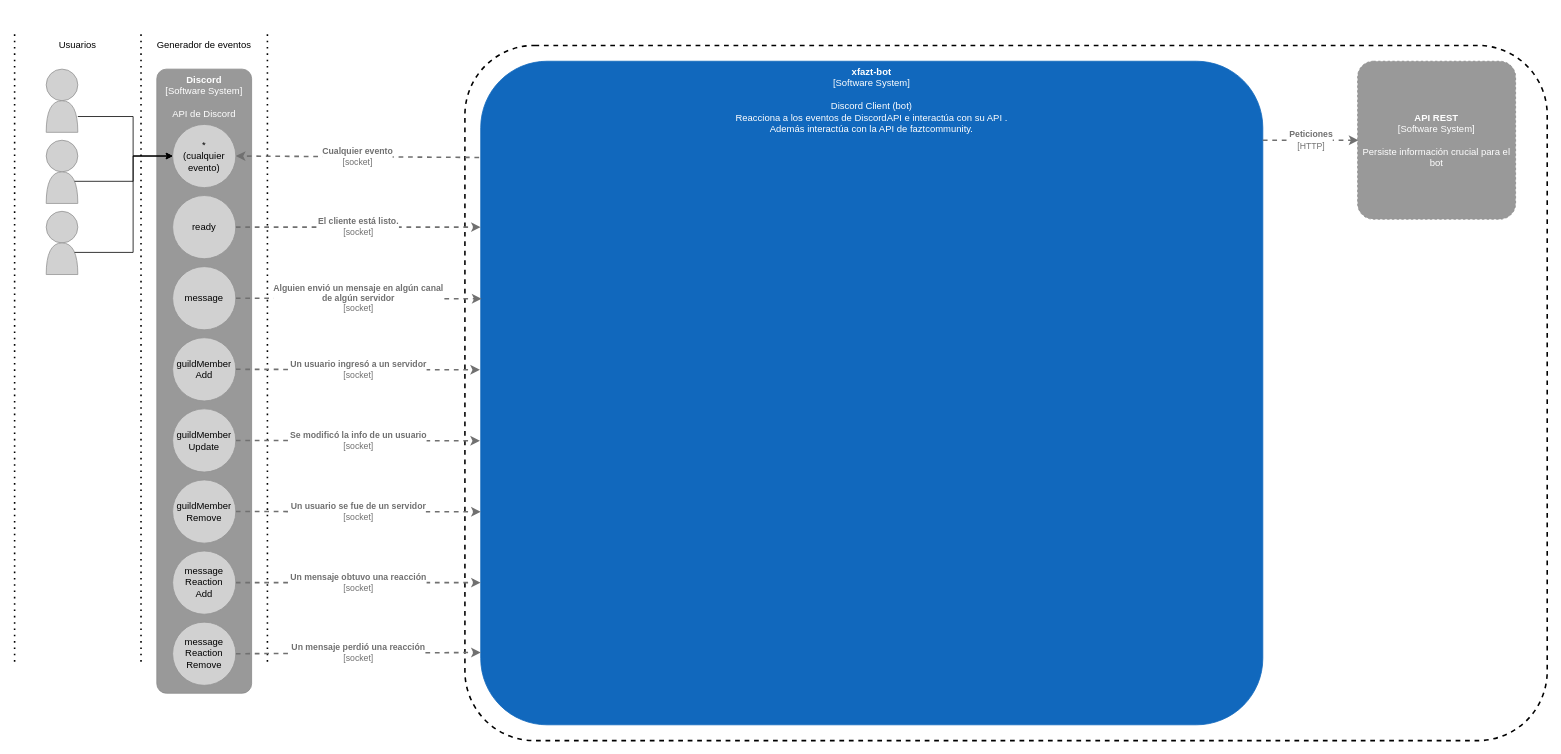
The draw.io diagram Untitled Diagram.drawio in EnzoDiazDev/test, before the edit. Source tidied: cells renumbered, new cells numbered last; positions are measured from the earlier drawing's top-left corner, leaving out a move shared by most shapes. Both pictures are drawn from the tidied source at 79%, with x=0, y=0 at pixel (14, 29).
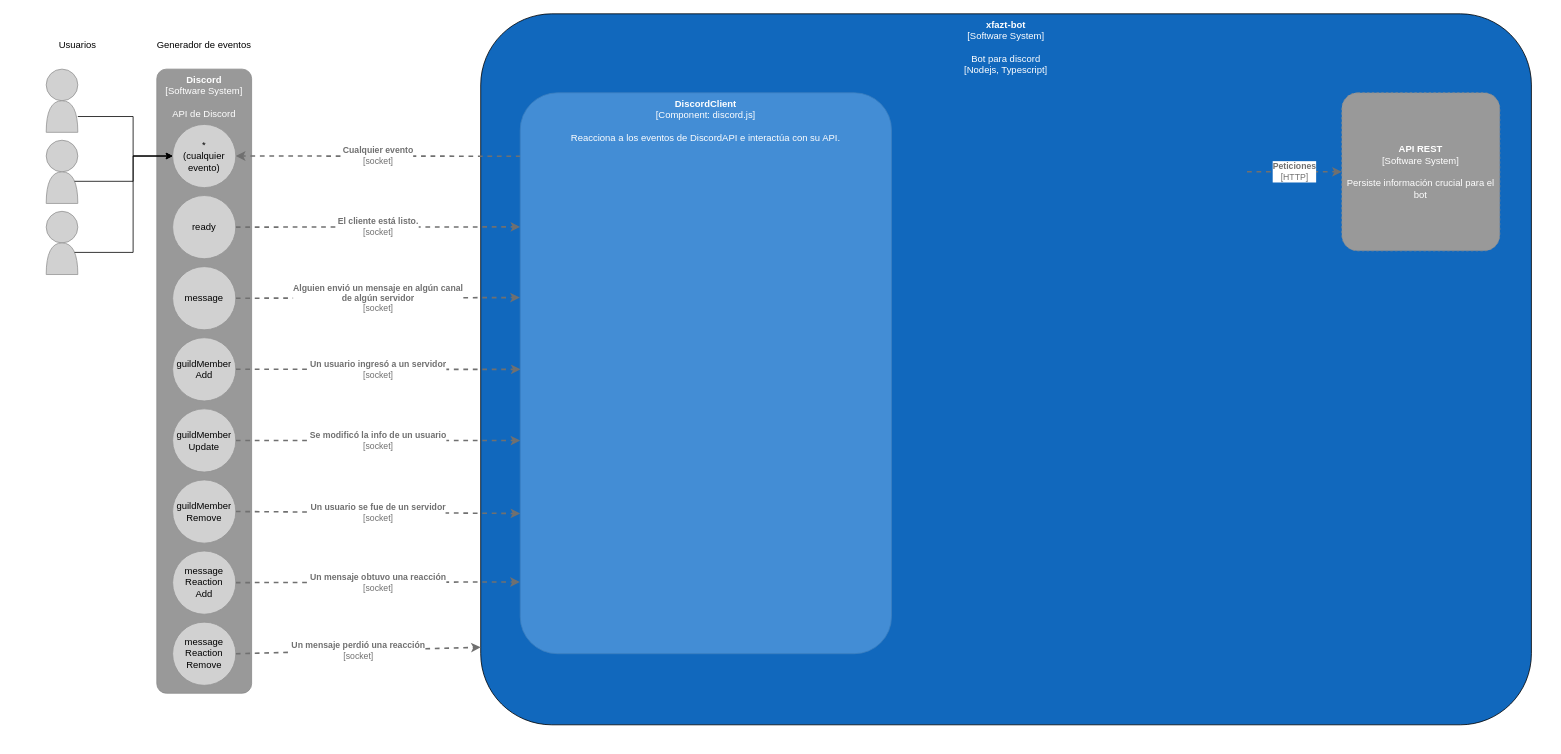
The same diagram, later.

The change refers to these unchanged cells:
```xml
<mxCell id="3" value="ready" style="ellipse;whiteSpace=wrap;html=1;rounded=1;align=center;fillColor=#D1D1D1;strokeColor=#949494;" parent="1" vertex="1">
  <mxGeometry x="200" y="210" width="80" height="80" as="geometry" />
</mxCell>
<mxCell id="4" value="message" style="ellipse;whiteSpace=wrap;html=1;rounded=1;align=center;fillColor=#D1D1D1;strokeColor=#949494;" parent="1" vertex="1">
  <mxGeometry x="200" y="300" width="80" height="80" as="geometry" />
</mxCell>
<mxCell id="5" value="guildMember&lt;br&gt;Add" style="ellipse;whiteSpace=wrap;html=1;rounded=1;align=center;fillColor=#D1D1D1;strokeColor=#949494;" parent="1" vertex="1">
  <mxGeometry x="200" y="390" width="80" height="80" as="geometry" />
</mxCell>
<mxCell id="6" value="&lt;div&gt;guildMember&lt;br&gt;Update&lt;/div&gt;" style="ellipse;whiteSpace=wrap;html=1;rounded=1;align=center;fillColor=#D1D1D1;strokeColor=#949494;" parent="1" vertex="1">
  <mxGeometry x="200" y="480" width="80" height="80" as="geometry" />
</mxCell>
<mxCell id="7" value="guildMember&lt;br&gt;&lt;div&gt;Remove&lt;/div&gt;" style="ellipse;whiteSpace=wrap;html=1;rounded=1;align=center;fillColor=#D1D1D1;strokeColor=#949494;" parent="1" vertex="1">
  <mxGeometry x="200" y="570" width="80" height="80" as="geometry" />
</mxCell>
<mxCell id="8" value="message&lt;br&gt;Reaction&lt;br&gt;Add" style="ellipse;whiteSpace=wrap;html=1;rounded=1;align=center;fillColor=#D1D1D1;strokeColor=#949494;" parent="1" vertex="1">
  <mxGeometry x="200" y="660" width="80" height="80" as="geometry" />
</mxCell>
<mxCell id="39" value="&lt;div&gt;*&lt;br&gt;&lt;/div&gt;(cualquier&lt;br&gt;evento)" style="ellipse;whiteSpace=wrap;html=1;rounded=1;align=center;fillColor=#D1D1D1;strokeColor=#949494;" parent="1" vertex="1">
  <mxGeometry x="200" y="120" width="80" height="80" as="geometry" />
</mxCell>
```

The edit, as a diff of the source:
```diff
@@
-    <mxCell id="11" style="endArrow=none;dashed=1;html=1;dashPattern=1 3;strokeWidth=2;" parent="1" edge="1">
-      <mxGeometry relative="1" as="geometry">
-        <mxPoint x="320" y="800" as="sourcePoint" />
-        <mxPoint x="320" as="targetPoint" />
-      </mxGeometry>
-    </mxCell>
-    <mxCell id="12" style="endArrow=none;dashed=1;html=1;dashPattern=1 3;strokeWidth=2;" parent="1" edge="1">
-      <mxGeometry relative="1" as="geometry">
-        <mxPoint x="160" y="800" as="sourcePoint" />
-        <mxPoint x="160" as="targetPoint" />
-      </mxGeometry>
-    </mxCell>
@@
-    <mxCell id="26" style="endArrow=none;dashed=1;html=1;dashPattern=1 3;strokeWidth=2;" parent="1" edge="1">
-      <mxGeometry relative="1" as="geometry">
-        <mxPoint y="800" as="sourcePoint" />
-        <mxPoint as="targetPoint" />
-      </mxGeometry>
-    </mxCell>
@@
-    <object id="28" label="&lt;b&gt;%c4Name%&lt;/b&gt;&lt;div&gt;[%c4Type%]&lt;/div&gt;&lt;br&gt;&lt;div&gt;%c4Description%&lt;/div&gt;" c4Description="Discord Client (bot)&#10;Reacciona a los eventos de DiscordAPI e interactúa con su API .&#10;Además interactúa con la API de faztcommunity." c4Name="xfazt-bot" c4Type="Software System" placeholders="1">
-      <mxCell style="rounded=1;whiteSpace=wrap;html=1;labelBackgroundColor=none;fillColor=#1168BD;fontColor=#ffffff;align=center;arcSize=10;strokeColor=#1168BD;metaData={&quot;c4Type&quot;:{&quot;editable&quot;:false}};points=[[0.25,0,0],[0.5,0,0],[0.75,0,0],[1,0.25,0],[1,0.5,0],[1,0.75,0],[0.75,1,0],[0.5,1,0],[0.25,1,0],[0,0.75,0],[0,0.5,0],[0,0.25,0]];verticalAlign=top;" parent="1" vertex="1">
-        <mxGeometry x="590" y="40" width="990" height="840" as="geometry" />
+    <object id="28" label="&lt;b&gt;%c4Name%&lt;/b&gt;&lt;div&gt;[%c4Type%]&lt;/div&gt;&lt;br&gt;&lt;div&gt;%c4Description%&lt;/div&gt;" c4Description="Bot para discord&#10;[Nodejs, Typescript]" c4Name="xfazt-bot" c4Type="Software System" placeholders="1">
+      <mxCell style="rounded=1;whiteSpace=wrap;html=1;labelBackgroundColor=none;fillColor=#1168BD;fontColor=#ffffff;align=center;arcSize=10;metaData={&quot;c4Type&quot;:{&quot;editable&quot;:false}};points=[[0.25,0,0],[0.5,0,0],[0.75,0,0],[1,0.25,0],[1,0.5,0],[1,0.75,0],[0.75,1,0],[0.5,1,0],[0.25,1,0],[0,0.75,0],[0,0.5,0],[0,0.25,0]];verticalAlign=top;" parent="1" vertex="1">
+        <mxGeometry x="590" y="-20" width="1330" height="900" as="geometry" />
       </mxCell>
     </object>
-    <mxCell id="29" style="group;rounded=1;strokeColor=#000000;strokeWidth=2;fillColor=none;align=center;dashed=1;arcSize=10;" parent="1" vertex="1">
-      <mxGeometry x="570" y="20" width="1370" height="880" as="geometry" />
-    </mxCell>
     <object id="30" label="&lt;b&gt;%c4Name%&lt;/b&gt;&lt;div&gt;[%c4Type%]&lt;/div&gt;&lt;br&gt;&lt;div&gt;%c4Description%&lt;/div&gt;" c4Description="Persiste información crucial para el bot" c4Name="API REST" c4Type="Software System" placeholders="1">
       <mxCell style="rounded=1;whiteSpace=wrap;html=1;labelBackgroundColor=none;fillColor=#999999;fontColor=#ffffff;align=center;arcSize=10;strokeColor=#8A8A8A;metaData={&quot;c4Type&quot;:{&quot;editable&quot;:false}};points=[[0.25,0,0],[0.5,0,0],[0.75,0,0],[1,0.25,0],[1,0.5,0],[1,0.75,0],[0.75,1,0],[0.5,1,0],[0.25,1,0],[0,0.75,0],[0,0.5,0],[0,0.25,0]];dashed=1;" parent="1" vertex="1">
-        <mxGeometry x="1700" y="40" width="200" height="200" as="geometry" />
+        <mxGeometry x="1680" y="80" width="200" height="200" as="geometry" />
       </mxCell>
     </object>
     <object id="31" label="&lt;div style=&quot;text-align: left&quot;&gt;&lt;div style=&quot;text-align: center&quot;&gt;&lt;b&gt;%c4Description%&lt;/b&gt;&lt;/div&gt;&lt;div style=&quot;text-align: center&quot;&gt;[%c4Technology%]&lt;/div&gt;&lt;/div&gt;" c4Description="Peticiones" c4Technology="HTTP" placeholders="1">
-      <mxCell style="edgeStyle=none;rounded=0;html=1;jettySize=auto;orthogonalLoop=1;strokeColor=#707070;strokeWidth=2;fontColor=#707070;jumpStyle=none;dashed=1;metaData={&quot;c4Type&quot;:{&quot;editable&quot;:false}};" parent="1" edge="1">
+      <mxCell style="edgeStyle=none;rounded=0;html=1;jettySize=auto;strokeColor=#707070;strokeWidth=2;fontColor=#707070;jumpStyle=none;dashed=1;metaData={&quot;c4Type&quot;:{&quot;editable&quot;:false}};" parent="1" edge="1" target="30">
         <mxGeometry relative="1" as="geometry">
-          <mxPoint x="1580" y="140" as="sourcePoint" />
-          <mxPoint x="1701" y="140" as="targetPoint" />
+          <mxPoint x="1560" y="180" as="sourcePoint" />
         </mxGeometry>
       </mxCell>
     </object>
     <object id="32" label="&lt;div style=&quot;text-align: left&quot;&gt;&lt;div style=&quot;text-align: center&quot;&gt;&lt;b&gt;%c4Description%&lt;/b&gt;&lt;/div&gt;&lt;div style=&quot;text-align: center&quot;&gt;[%c4Technology%]&lt;/div&gt;&lt;/div&gt;" c4Description="El cliente está listo." c4Technology="socket" placeholders="1">
-      <mxCell style="edgeStyle=none;rounded=0;html=1;jettySize=auto;strokeColor=#707070;strokeWidth=2;fontColor=#707070;jumpStyle=none;dashed=1;metaData={&quot;c4Type&quot;:{&quot;editable&quot;:false}};entryX=0;entryY=0.25;entryDx=0;entryDy=0;entryPerimeter=0;exitX=1;exitY=0.5;exitDx=0;exitDy=0;" parent="1" edge="1" source="3" target="28">
+      <mxCell style="edgeStyle=none;rounded=0;html=1;jettySize=auto;strokeColor=#707070;strokeWidth=2;fontColor=#707070;jumpStyle=none;dashed=1;metaData={&quot;c4Type&quot;:{&quot;editable&quot;:false}};entryX=0;entryY=0.239;entryDx=0;entryDy=0;entryPerimeter=0;exitX=1;exitY=0.5;exitDx=0;exitDy=0;" parent="1" edge="1" source="3" target="41">
         <mxGeometry relative="1" as="geometry" />
       </mxCell>
     </object>
     <object id="33" label="&lt;div style=&quot;text-align: left&quot;&gt;&lt;div style=&quot;text-align: center&quot;&gt;&lt;b&gt;%c4Description%&lt;/b&gt;&lt;/div&gt;&lt;div style=&quot;text-align: center&quot;&gt;[%c4Technology%]&lt;/div&gt;&lt;/div&gt;" c4Description="Alguien envió un mensaje en algún canal&#10;de algún servidor" c4Technology="socket" placeholders="1">
-      <mxCell style="edgeStyle=none;rounded=0;html=1;jettySize=auto;strokeColor=#707070;strokeWidth=2;fontColor=#707070;jumpStyle=none;dashed=1;metaData={&quot;c4Type&quot;:{&quot;editable&quot;:false}};exitX=1;exitY=0.5;exitDx=0;exitDy=0;entryX=0.001;entryY=0.358;entryDx=0;entryDy=0;entryPerimeter=0;" parent="1" edge="1" source="4" target="28">
+      <mxCell style="edgeStyle=none;rounded=0;html=1;jettySize=auto;strokeColor=#707070;strokeWidth=2;fontColor=#707070;jumpStyle=none;dashed=1;metaData={&quot;c4Type&quot;:{&quot;editable&quot;:false}};exitX=1;exitY=0.5;exitDx=0;exitDy=0;entryX=-0.001;entryY=0.365;entryDx=0;entryDy=0;entryPerimeter=0;" parent="1" edge="1" source="4" target="41">
         <mxGeometry relative="1" as="geometry" />
       </mxCell>
     </object>
     <object id="34" label="&lt;div style=&quot;text-align: left&quot;&gt;&lt;div style=&quot;text-align: center&quot;&gt;&lt;b&gt;%c4Description%&lt;/b&gt;&lt;/div&gt;&lt;div style=&quot;text-align: center&quot;&gt;[%c4Technology%]&lt;/div&gt;&lt;/div&gt;" c4Description="Un usuario ingresó a un servidor" c4Technology="socket" placeholders="1">
-      <mxCell style="edgeStyle=none;rounded=0;html=1;jettySize=auto;strokeColor=#707070;strokeWidth=2;fontColor=#707070;jumpStyle=none;dashed=1;metaData={&quot;c4Type&quot;:{&quot;editable&quot;:false}};exitX=1;exitY=0.5;exitDx=0;exitDy=0;entryX=-0.001;entryY=0.465;entryDx=0;entryDy=0;entryPerimeter=0;" parent="1" edge="1" source="5" target="28">
+      <mxCell style="edgeStyle=none;rounded=0;html=1;jettySize=auto;strokeColor=#707070;strokeWidth=2;fontColor=#707070;jumpStyle=none;dashed=1;metaData={&quot;c4Type&quot;:{&quot;editable&quot;:false}};exitX=1;exitY=0.5;exitDx=0;exitDy=0;entryX=0.001;entryY=0.493;entryDx=0;entryDy=0;entryPerimeter=0;" parent="1" edge="1" source="5" target="41">
         <mxGeometry relative="1" as="geometry" />
       </mxCell>
     </object>
     <object id="35" label="&lt;div style=&quot;text-align: left&quot;&gt;&lt;div style=&quot;text-align: center&quot;&gt;&lt;b&gt;%c4Description%&lt;/b&gt;&lt;/div&gt;&lt;div style=&quot;text-align: center&quot;&gt;[%c4Technology%]&lt;/div&gt;&lt;/div&gt;" c4Description="Se modificó la info de un usuario" c4Technology="socket" placeholders="1">
-      <mxCell style="edgeStyle=none;rounded=0;html=1;jettySize=auto;strokeColor=#707070;strokeWidth=2;fontColor=#707070;jumpStyle=none;dashed=1;metaData={&quot;c4Type&quot;:{&quot;editable&quot;:false}};exitX=1;exitY=0.5;exitDx=0;exitDy=0;entryX=-0.001;entryY=0.572;entryDx=0;entryDy=0;entryPerimeter=0;" parent="1" edge="1" source="6" target="28">
+      <mxCell style="edgeStyle=none;rounded=0;html=1;jettySize=auto;strokeColor=#707070;strokeWidth=2;fontColor=#707070;jumpStyle=none;dashed=1;metaData={&quot;c4Type&quot;:{&quot;editable&quot;:false}};exitX=1;exitY=0.5;exitDx=0;exitDy=0;entryX=0;entryY=0.62;entryDx=0;entryDy=0;entryPerimeter=0;" parent="1" edge="1" source="6" target="41">
         <mxGeometry relative="1" as="geometry" />
       </mxCell>
     </object>
     <object id="36" label="&lt;div style=&quot;text-align: left&quot;&gt;&lt;div style=&quot;text-align: center&quot;&gt;&lt;b&gt;%c4Description%&lt;/b&gt;&lt;/div&gt;&lt;div style=&quot;text-align: center&quot;&gt;[%c4Technology%]&lt;/div&gt;&lt;/div&gt;" c4Description="Un usuario se fue de un servidor" c4Technology="socket" placeholders="1">
-      <mxCell style="edgeStyle=none;rounded=0;html=1;jettySize=auto;strokeColor=#707070;strokeWidth=2;fontColor=#707070;jumpStyle=none;dashed=1;metaData={&quot;c4Type&quot;:{&quot;editable&quot;:false}};exitX=1;exitY=0.5;exitDx=0;exitDy=0;entryX=0;entryY=0.679;entryDx=0;entryDy=0;entryPerimeter=0;" parent="1" edge="1" source="7" target="28">
+      <mxCell style="edgeStyle=none;rounded=0;html=1;jettySize=auto;strokeColor=#707070;strokeWidth=2;fontColor=#707070;jumpStyle=none;dashed=1;metaData={&quot;c4Type&quot;:{&quot;editable&quot;:false}};exitX=1;exitY=0.5;exitDx=0;exitDy=0;entryX=0;entryY=0.75;entryDx=0;entryDy=0;entryPerimeter=0;" parent="1" edge="1" source="7" target="41">
         <mxGeometry relative="1" as="geometry" />
       </mxCell>
     </object>
     <object id="37" label="&lt;div style=&quot;text-align: left&quot;&gt;&lt;div style=&quot;text-align: center&quot;&gt;&lt;b&gt;%c4Description%&lt;/b&gt;&lt;/div&gt;&lt;div style=&quot;text-align: center&quot;&gt;[%c4Technology%]&lt;/div&gt;&lt;/div&gt;" c4Description="Un mensaje obtuvo una reacción" c4Technology="socket" placeholders="1">
-      <mxCell style="edgeStyle=none;rounded=0;html=1;jettySize=auto;strokeColor=#707070;strokeWidth=2;fontColor=#707070;jumpStyle=none;dashed=1;metaData={&quot;c4Type&quot;:{&quot;editable&quot;:false}};exitX=1;exitY=0.5;exitDx=0;exitDy=0;" parent="1" edge="1" source="8">
-        <mxGeometry relative="1" as="geometry">
-          <mxPoint x="590" y="700" as="targetPoint" />
-        </mxGeometry>
+      <mxCell style="edgeStyle=none;rounded=0;html=1;jettySize=auto;strokeColor=#707070;strokeWidth=2;fontColor=#707070;jumpStyle=none;dashed=1;metaData={&quot;c4Type&quot;:{&quot;editable&quot;:false}};exitX=1;exitY=0.5;exitDx=0;exitDy=0;entryX=-0.001;entryY=0.872;entryDx=0;entryDy=0;entryPerimeter=0;" parent="1" edge="1" source="8" target="41">
+        <mxGeometry relative="1" as="geometry" />
       </mxCell>
     </object>
@@
     <object id="40" label="&lt;div style=&quot;text-align: left&quot;&gt;&lt;div style=&quot;text-align: center&quot;&gt;&lt;b&gt;%c4Description%&lt;/b&gt;&lt;/div&gt;&lt;div style=&quot;text-align: center&quot;&gt;[%c4Technology%]&lt;/div&gt;&lt;/div&gt;" c4Description="Cualquier evento" c4Technology="socket" placeholders="1">
-      <mxCell style="edgeStyle=none;rounded=0;html=1;entryX=1;entryY=0.5;jettySize=auto;strokeColor=#707070;strokeWidth=2;fontColor=#707070;jumpStyle=none;dashed=1;metaData={&quot;c4Type&quot;:{&quot;editable&quot;:false}};exitX=-0.002;exitY=0.145;exitDx=0;exitDy=0;exitPerimeter=0;entryDx=0;entryDy=0;" parent="1" edge="1" source="28" target="39">
+      <mxCell style="edgeStyle=none;rounded=0;html=1;entryX=1;entryY=0.5;jettySize=auto;strokeColor=#707070;strokeWidth=2;fontColor=#707070;jumpStyle=none;dashed=1;metaData={&quot;c4Type&quot;:{&quot;editable&quot;:false}};exitX=0.001;exitY=0.113;exitDx=0;exitDy=0;exitPerimeter=0;entryDx=0;entryDy=0;" parent="1" edge="1" source="41" target="39">
         <mxGeometry relative="1" as="geometry" />
       </mxCell>
     </object>
+    <object id="41" label="&lt;b&gt;%c4Name%&lt;/b&gt;&lt;div&gt;[%c4Type%: %c4Technology%]&lt;/div&gt;&lt;br&gt;&lt;div&gt;%c4Description%&lt;/div&gt;" c4Description="Reacciona a los eventos de DiscordAPI e interactúa con su API." c4Name="DiscordClient" c4Technology="discord.js" c4Type="Component" placeholders="1">
+      <mxCell style="rounded=1;whiteSpace=wrap;html=1;labelBackgroundColor=none;fillColor=#438DD5;fontColor=#ffffff;align=center;arcSize=10;strokeColor=#3C7FC0;metaData={&quot;c4Type&quot;:{&quot;editable&quot;:false}};points=[[0.25,0,0],[0.5,0,0],[0.75,0,0],[1,0.25,0],[1,0.5,0],[1,0.75,0],[0.75,1,0],[0.5,1,0],[0.25,1,0],[0,0.75,0],[0,0.5,0],[0,0.25,0]];verticalAlign=top;labelPosition=center;verticalLabelPosition=middle;" parent="1" vertex="1">
+        <mxGeometry x="640" y="80" width="470" height="710" as="geometry" />
+      </mxCell>
+    </object>
```
